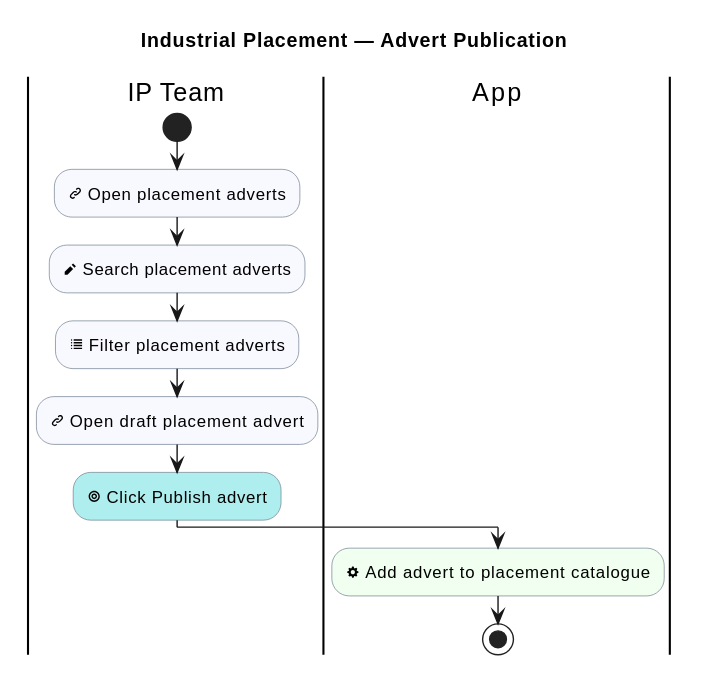
Before: industrial-placement-group-project/diagrams/industrial-placement/advert-publication.svg, a diagram exported from PlantUML (sdflkjssl/sdflkjssl.github.io).
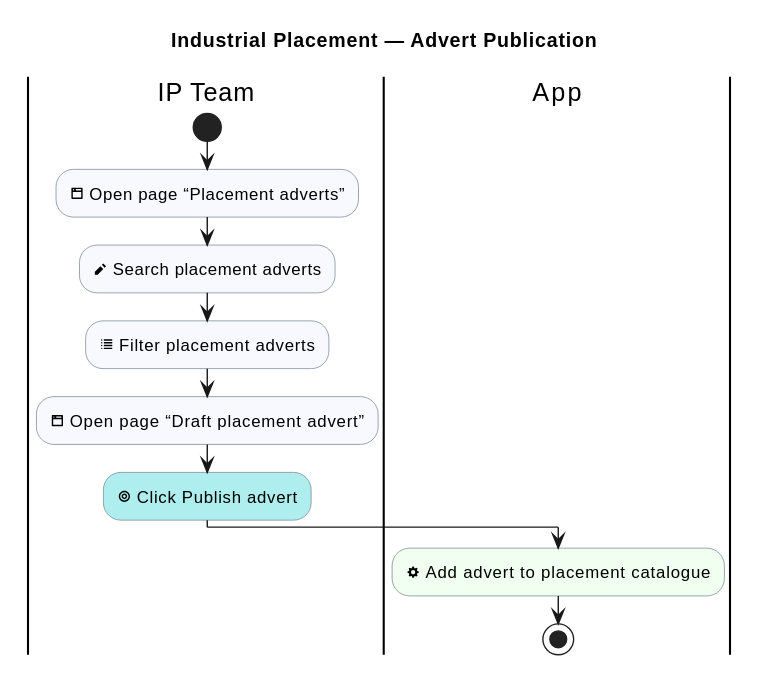
The same diagram one commit later.

Diff of the diagram source:
```diff
@@ -12,10 +12,10 @@
 
 |IP Team|
 start
-:<&link-intact> Open placement adverts; <<#GhostWhite>>
+:<&browser> Open page “Placement adverts”; <<#GhostWhite>>
 :<&pencil> Search placement adverts; <<#GhostWhite>>
 :<&list> Filter placement adverts; <<#GhostWhite>>
-:<&link-intact> Open draft placement advert; <<#GhostWhite>>
+:<&browser> Open page “Draft placement advert”; <<#GhostWhite>>
 :<&target> Click Publish advert; <<#PaleTurquoise>>
 |App|
 :<&cog> Add advert to placement catalogue; <<#HoneyDew>>
```
